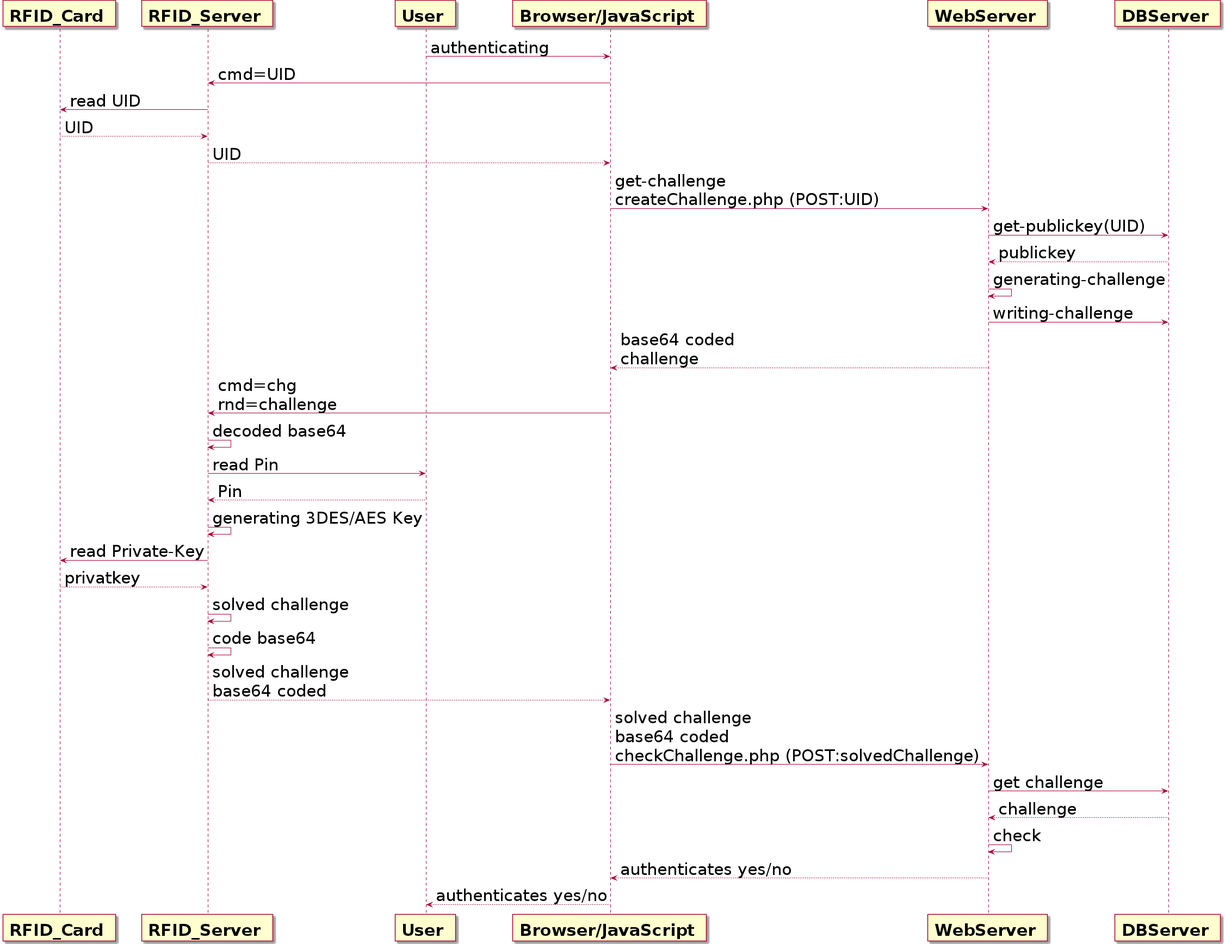
Before: wiki/seqAuthEng.png, a diagram exported from PlantUML (cdorde/edda). The source it was exported from:
```plantuml
@startuml


participant "<b> <size:30>RFID_Card </size> </b>" as c
participant "<b> <size:30>RFID_Server </size> </b>" as r
participant "<b> <size:30>User </size> </b>" as u
participant "<b> <size:30>Browser/JavaScript </size> </b>" as w
participant "<b> <size:30>WebServer </size> </b>" as s
participant "<b> <size:30>DBServer </size> </b>" as d

u  -> w: <size:30>authenticating</size>
w  -> r: <size:30>cmd=UID</size>
r  -> c: <size:30>read UID</size>
c --> r: <size:30>UID</size>
r --> w: <size:30>UID</size>
w  -> s: <size:30>get-challenge</size>\n<size:30>createChallenge.php (POST:UID)</size>
s  -> d: <size:30>get-publickey(UID)</size>
d --> s: <size:30>publickey</size>
s  -> s: <size:30>generating-challenge</size>
s  -> d: <size:30>writing-challenge</size>
s --> w: <size:30>base64 coded<size:30>\n<size:30>challenge</size>
w  -> r: <size:30>cmd=chg</size>\n<size:30>rnd=challenge</size>
r  -> r: <size:30>decoded base64</size>
r  -> u: <size:30>read Pin</size>
u --> r: <size:30>Pin</size>
r  -> r: <size:30>generating 3DES/AES Key</size>
r  -> c: <size:30>read Private-Key</size>
c --> r: <size:30>privatkey</size>
r  -> r: <size:30>solved challenge</size>
r  -> r: <size:30>code base64</size>
r --> w: <size:30>solved challenge</size>\n<size:30>base64 coded</size>
w  -> s: <size:30>solved challenge</size>\n<size:30>base64 coded</size>\n<size:30>checkChallenge.php (POST:solvedChallenge)</size>
s  -> d: <size:30>get challenge</size>
d --> s: <size:30>challenge</size>
s  -> s: <size:30>check</size>
s --> w: <size:30>authenticates yes/no</size>
w --> u: <size:30>authenticates yes/no</size>

@enduml
```
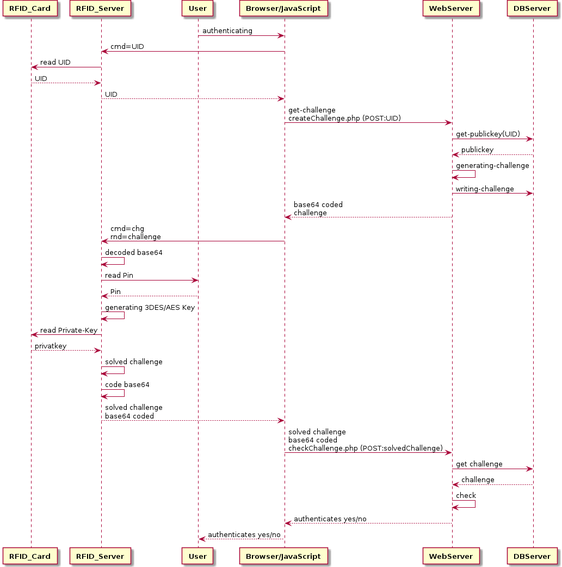
Later version of the same file.

What changed in the source:
```diff
@@ -1,39 +1,39 @@
 @startuml
 
 
-participant "<b> <size:30>RFID_Card </size> </b>" as c
-participant "<b> <size:30>RFID_Server </size> </b>" as r
-participant "<b> <size:30>User </size> </b>" as u
-participant "<b> <size:30>Browser/JavaScript </size> </b>" as w
-participant "<b> <size:30>WebServer </size> </b>" as s
-participant "<b> <size:30>DBServer </size> </b>" as d
+participant "<b> RFID_Card </b>" as c
+participant "<b> RFID_Server </b>" as r
+participant "<b> User </b>" as u
+participant "<b> Browser/JavaScript </b>" as w
+participant "<b> WebServer </b>" as s
+participant "<b> DBServer </b>" as d
 
-u  -> w: <size:30>authenticating</size>
-w  -> r: <size:30>cmd=UID</size>
-r  -> c: <size:30>read UID</size>
-c --> r: <size:30>UID</size>
-r --> w: <size:30>UID</size>
-w  -> s: <size:30>get-challenge</size>\n<size:30>createChallenge.php (POST:UID)</size>
-s  -> d: <size:30>get-publickey(UID)</size>
-d --> s: <size:30>publickey</size>
-s  -> s: <size:30>generating-challenge</size>
-s  -> d: <size:30>writing-challenge</size>
-s --> w: <size:30>base64 coded<size:30>\n<size:30>challenge</size>
-w  -> r: <size:30>cmd=chg</size>\n<size:30>rnd=challenge</size>
-r  -> r: <size:30>decoded base64</size>
-r  -> u: <size:30>read Pin</size>
-u --> r: <size:30>Pin</size>
-r  -> r: <size:30>generating 3DES/AES Key</size>
-r  -> c: <size:30>read Private-Key</size>
-c --> r: <size:30>privatkey</size>
-r  -> r: <size:30>solved challenge</size>
-r  -> r: <size:30>code base64</size>
-r --> w: <size:30>solved challenge</size>\n<size:30>base64 coded</size>
-w  -> s: <size:30>solved challenge</size>\n<size:30>base64 coded</size>\n<size:30>checkChallenge.php (POST:solvedChallenge)</size>
-s  -> d: <size:30>get challenge</size>
-d --> s: <size:30>challenge</size>
-s  -> s: <size:30>check</size>
-s --> w: <size:30>authenticates yes/no</size>
-w --> u: <size:30>authenticates yes/no</size>
+u  -> w: authenticating
+w  -> r: cmd=UID
+r  -> c: read UID
+c --> r: UID
+r --> w: UID
+w  -> s: get-challenge\ncreateChallenge.php (POST:UID)
+s  -> d: get-publickey(UID)
+d --> s: publickey
+s  -> s: generating-challenge
+s  -> d: writing-challenge
+s --> w: base64 coded\nchallenge
+w  -> r: cmd=chg\nrnd=challenge
+r  -> r: decoded base64
+r  -> u: read Pin
+u --> r: Pin
+r  -> r: generating 3DES/AES Key
+r  -> c: read Private-Key
+c --> r: privatkey
+r  -> r: solved challenge
+r  -> r: code base64
+r --> w: solved challenge\nbase64 coded
+w  -> s: solved challenge\nbase64 coded\ncheckChallenge.php (POST:solvedChallenge)
+s  -> d: get challenge
+d --> s: challenge
+s  -> s: check
+s --> w: authenticates yes/no
+w --> u: authenticates yes/no
 
 @enduml
```
